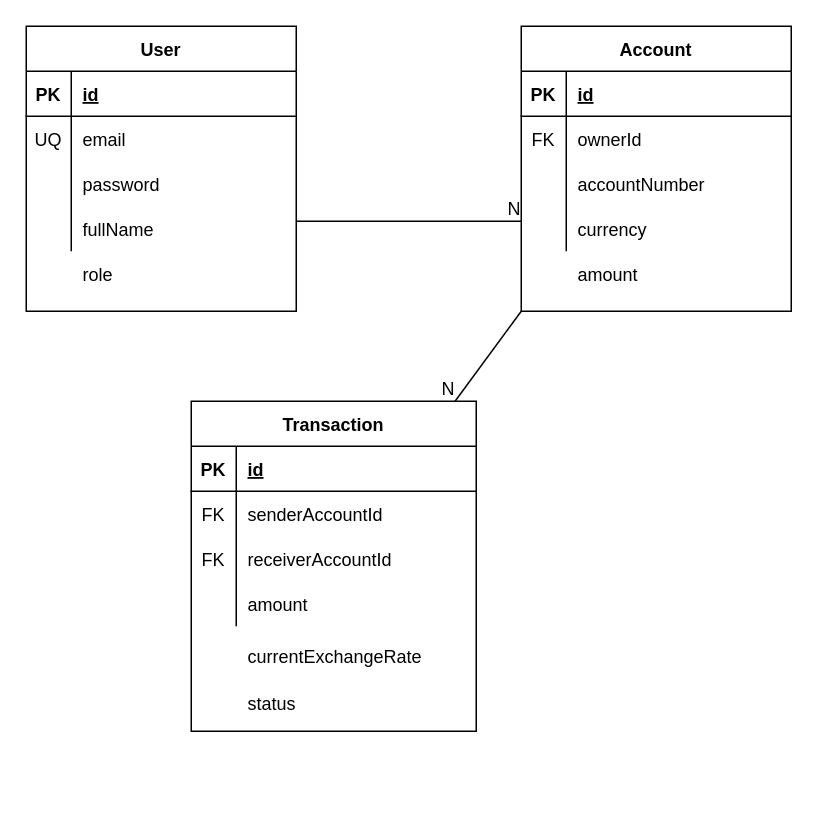
Before: docs/db.drawio in flowacademyhu/netbank, a draw.io diagram. Source tidied: cells renumbered, new cells numbered last; positions are measured from the earlier drawing's top-left corner, leaving out a move shared by most shapes. Both pictures are drawn from the tidied source at 150%, with x=0, y=0 at pixel (26, 26).
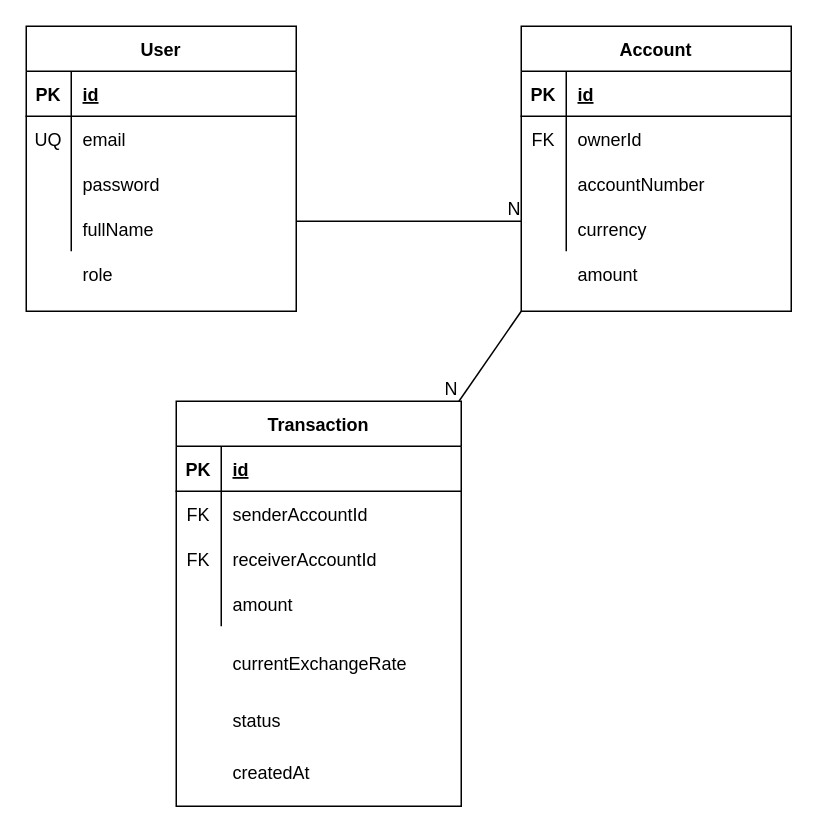
The same page after the edit.

Commit message (it also covers changes not shown here):
add api docs update db schema

Change to the diagram source:
```diff
@@
     <mxCell id="33" style="group;" parent="1" vertex="1">
-      <mxGeometry x="110" y="250" width="193.6" height="220" as="geometry" />
+      <mxGeometry x="110" y="250" width="193.6" height="270" as="geometry" />
     </mxCell>
     <mxCell id="34" style="group;" parent="33" vertex="1">
-      <mxGeometry width="193.6" height="220" as="geometry" />
+      <mxGeometry x="-10" width="193.6" height="270" as="geometry" />
     </mxCell>
     <mxCell id="35" value="Transaction" style="shape=table;startSize=30;childLayout=tableLayout;rowLines=0;fontStyle=1;align=center;" parent="34" vertex="1">
-      <mxGeometry width="190" height="220" as="geometry" />
+      <mxGeometry width="190" height="270" as="geometry" />
     </mxCell>
@@
     <mxCell id="48" value="currentExchangeRate" style="shape=partialRectangle;fillColor=none;top=0;left=0;bottom=0;right=0;align=left;spacingLeft=6;overflow=hidden;" parent="34" vertex="1">
-      <mxGeometry x="30" y="150" width="163.6" height="40" as="geometry" />
+      <mxGeometry x="30" y="150" width="163.6" height="49.1" as="geometry" />
     </mxCell>
     <mxCell id="49" value="status" style="shape=partialRectangle;fillColor=none;top=0;left=0;bottom=0;right=0;align=left;spacingLeft=6;overflow=hidden;" parent="34" vertex="1">
-      <mxGeometry x="30" y="183.3" width="150" height="36.7" as="geometry" />
+      <mxGeometry x="30" y="190" width="150" height="45" as="geometry" />
     </mxCell>
+    <mxCell id="52" value="createdAt" style="shape=partialRectangle;fillColor=none;top=0;left=0;bottom=0;right=0;align=left;spacingLeft=6;overflow=hidden;" parent="34" vertex="1">
+      <mxGeometry x="30" y="225" width="150" height="45" as="geometry" />
+    </mxCell>
```
